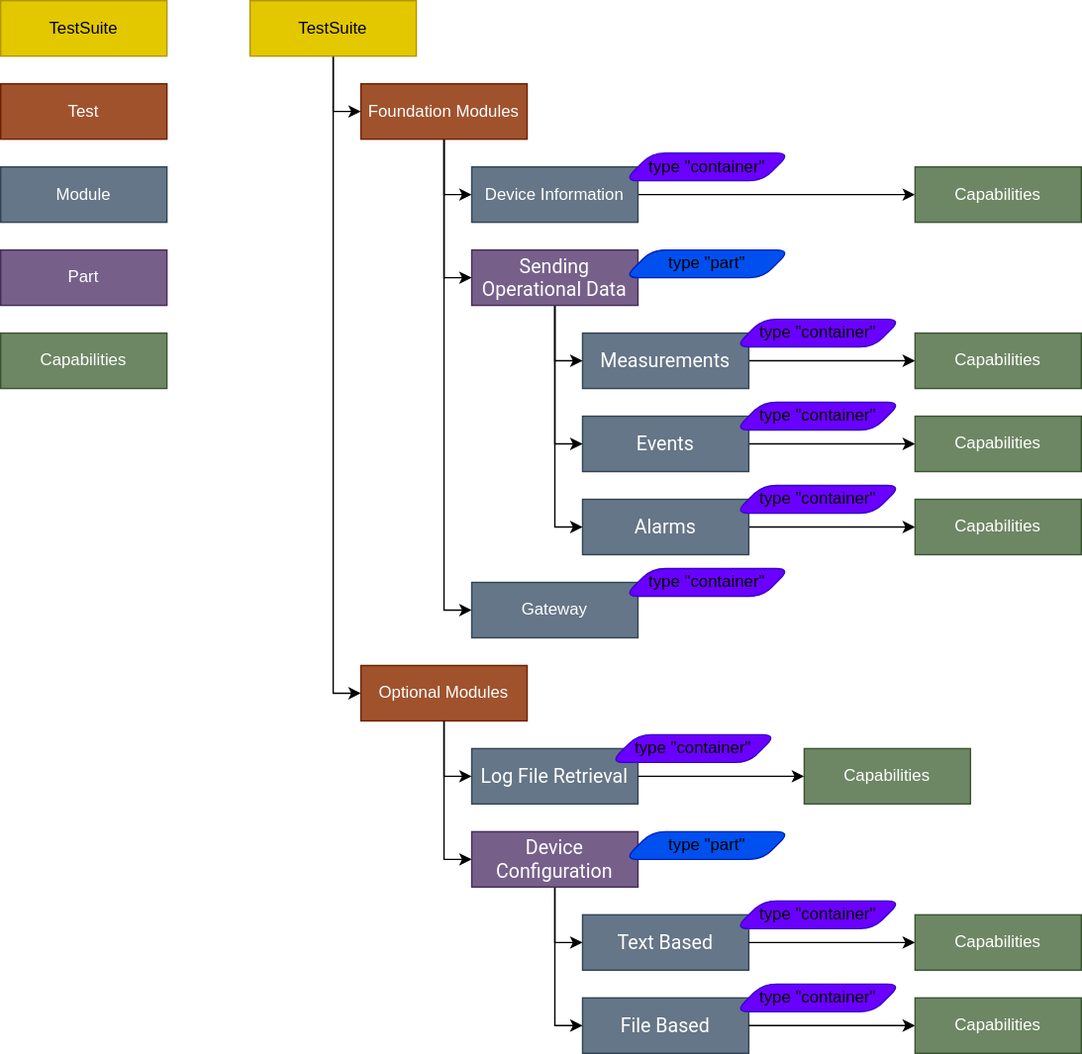
The draw.io diagram docs/media/model.drawio.svg in SoftwareAG/cumulocity-self-service-certification, before a commit. Source tidied: cells renumbered, new cells last; positions are measured from the earlier drawing's top-left corner, leaving out a move shared by most shapes.
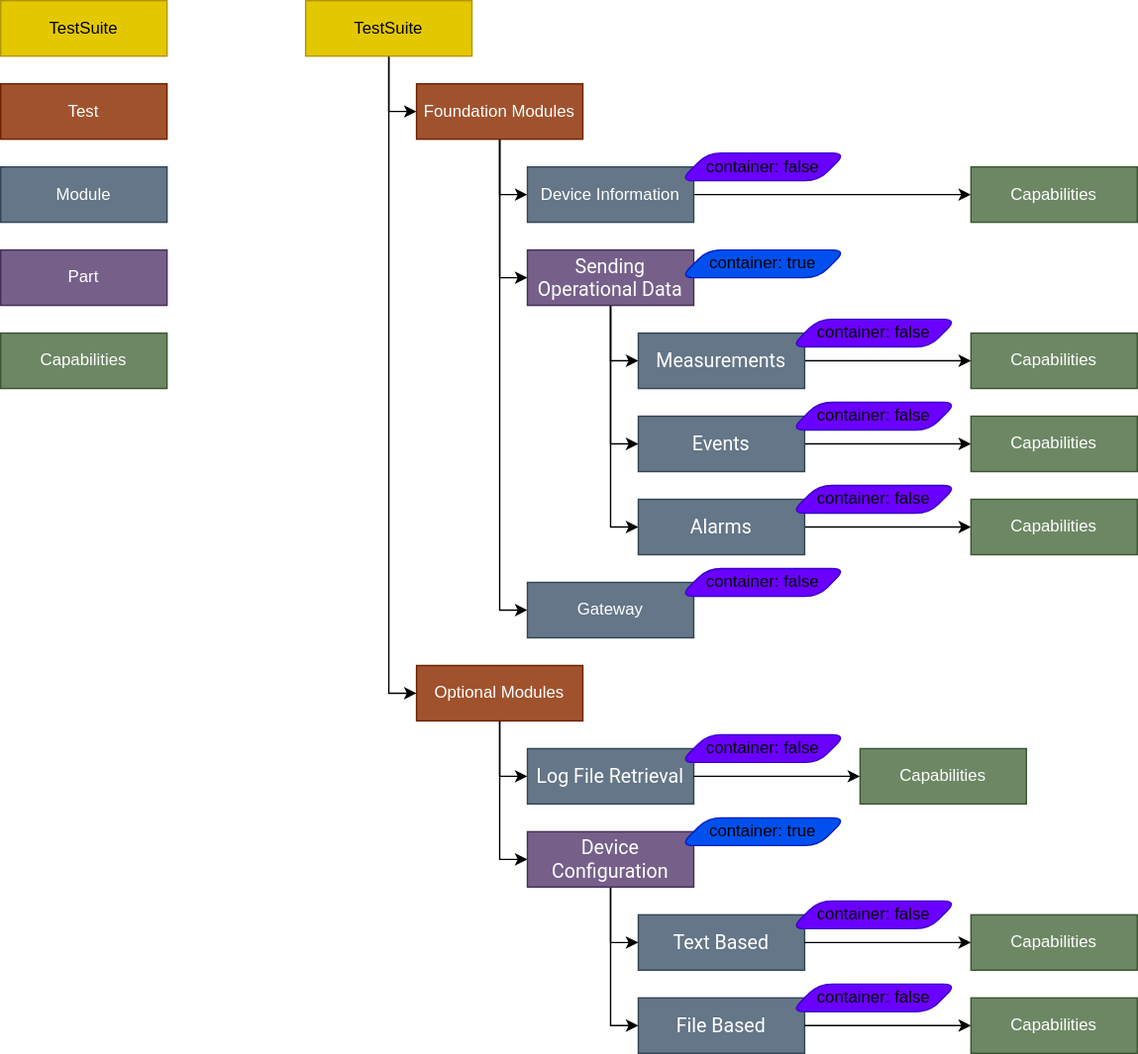
The same diagram one commit later.

Diff of the diagram source:
```diff
@@ -5,15 +5,15 @@
     <mxCell id="2" value="Test" style="rounded=0;whiteSpace=wrap;html=1;fillColor=#a0522d;strokeColor=#6D1F00;fontColor=#ffffff;" parent="1" vertex="1">
-      <mxGeometry y="60" width="120" height="40" as="geometry" />
+      <mxGeometry x="-40" y="60" width="120" height="40" as="geometry" />
     </mxCell>
     <mxCell id="3" value="Module" style="rounded=0;whiteSpace=wrap;html=1;fontColor=#ffffff;fillColor=#647687;strokeColor=#314354;" parent="1" vertex="1">
-      <mxGeometry y="120" width="120" height="40" as="geometry" />
+      <mxGeometry x="-40" y="120" width="120" height="40" as="geometry" />
     </mxCell>
     <mxCell id="4" value="Capabilities" style="rounded=0;whiteSpace=wrap;html=1;fillColor=#6d8764;strokeColor=#3A5431;fontColor=#ffffff;" parent="1" vertex="1">
-      <mxGeometry y="240" width="120" height="40" as="geometry" />
+      <mxGeometry x="-40" y="240" width="120" height="40" as="geometry" />
     </mxCell>
     <mxCell id="5" value="Part" style="rounded=0;whiteSpace=wrap;html=1;fillColor=#76608a;strokeColor=#432D57;fontColor=#ffffff;" parent="1" vertex="1">
-      <mxGeometry y="180" width="120" height="40" as="geometry" />
+      <mxGeometry x="-40" y="180" width="120" height="40" as="geometry" />
     </mxCell>
     <mxCell id="6" value="TestSuite" style="rounded=0;whiteSpace=wrap;html=1;fillColor=#e3c800;strokeColor=#B09500;fontColor=#000000;" parent="1" vertex="1">
-      <mxGeometry width="120" height="40" as="geometry" />
+      <mxGeometry x="-40" width="120" height="40" as="geometry" />
     </mxCell>
@@ -40,7 +40,7 @@
     </mxCell>
-    <mxCell id="14" style="edgeStyle=orthogonalEdgeStyle;rounded=0;jettySize=auto;html=1;entryX=0;entryY=0.5;entryDx=0;entryDy=0;fontColor=#000000;" parent="1" edge="1" target="20">
-      <mxGeometry relative="1" as="geometry">
-        <mxPoint x="320" y="490" as="sourcePoint" />
-      </mxGeometry>
-    </mxCell>
+    <mxCell id="56" style="edgeStyle=orthogonalEdgeStyle;rounded=0;jettySize=auto;html=1;entryX=0;entryY=0.5;entryDx=0;entryDy=0;fontColor=#000000;" parent="1" edge="1" target="20">
+      <mxGeometry relative="1" as="geometry">
+        <mxPoint x="320" y="490" as="sourcePoint" />
+      </mxGeometry>
+    </mxCell>
     <mxCell id="15" value="Optional Modules" style="rounded=0;whiteSpace=wrap;html=1;fontColor=#ffffff;fillColor=#a0522d;strokeColor=#6D1F00;" parent="1" vertex="1">
@@ -48,5 +48,5 @@
     </mxCell>
-    <mxCell id="16" style="edgeStyle=orthogonalEdgeStyle;rounded=0;jettySize=auto;html=1;fontColor=#000000;" parent="1" edge="1" source="17" target="27">
-      <mxGeometry relative="1" as="geometry" />
-    </mxCell>
+    <mxCell id="57" style="edgeStyle=orthogonalEdgeStyle;rounded=0;jettySize=auto;html=1;fontColor=#000000;" parent="1" edge="1" source="17" target="61">
+      <mxGeometry relative="1" as="geometry" />
+    </mxCell>
     <mxCell id="17" value="Device Information" style="rounded=0;whiteSpace=wrap;html=1;fontColor=#ffffff;fillColor=#647687;strokeColor=#314354;" parent="1" vertex="1">
@@ -54,5 +54,5 @@
     </mxCell>
-    <mxCell id="18" style="edgeStyle=orthogonalEdgeStyle;rounded=0;jettySize=auto;html=1;fontColor=#000000;" parent="1" edge="1" source="19" target="33">
-      <mxGeometry relative="1" as="geometry" />
-    </mxCell>
+    <mxCell id="58" style="edgeStyle=orthogonalEdgeStyle;rounded=0;jettySize=auto;html=1;fontColor=#000000;" parent="1" edge="1" source="19" target="62">
+      <mxGeometry relative="1" as="geometry" />
+    </mxCell>
     <mxCell id="19" value="&lt;span style=&quot;font-family: roboto, helvetica, arial, sans-serif; font-size: 14px; text-align: left;&quot;&gt;Measurements&lt;/span&gt;" style="rounded=0;whiteSpace=wrap;html=1;fontColor=#ffffff;fillColor=#647687;strokeColor=#314354;" parent="1" vertex="1">
@@ -69,5 +69,5 @@
     </mxCell>
-    <mxCell id="23" style="edgeStyle=orthogonalEdgeStyle;rounded=0;jettySize=auto;html=1;fontColor=#000000;" parent="1" edge="1" source="24" target="37">
-      <mxGeometry relative="1" as="geometry" />
-    </mxCell>
+    <mxCell id="59" style="edgeStyle=orthogonalEdgeStyle;rounded=0;jettySize=auto;html=1;fontColor=#000000;" parent="1" edge="1" source="24" target="63">
+      <mxGeometry relative="1" as="geometry" />
+    </mxCell>
     <mxCell id="24" value="&lt;span style=&quot;font-family: roboto, helvetica, arial, sans-serif; font-size: 14px; text-align: left;&quot;&gt;Events&lt;/span&gt;" style="rounded=0;whiteSpace=wrap;html=1;fontColor=#ffffff;fillColor=#647687;strokeColor=#314354;" parent="1" vertex="1">
@@ -75,5 +75,5 @@
     </mxCell>
-    <mxCell id="25" style="edgeStyle=orthogonalEdgeStyle;rounded=0;jettySize=auto;html=1;fontColor=#000000;" parent="1" edge="1" source="26" target="38">
-      <mxGeometry relative="1" as="geometry" />
-    </mxCell>
+    <mxCell id="60" style="edgeStyle=orthogonalEdgeStyle;rounded=0;jettySize=auto;html=1;fontColor=#000000;" parent="1" edge="1" source="26" target="64">
+      <mxGeometry relative="1" as="geometry" />
+    </mxCell>
     <mxCell id="26" value="&lt;span style=&quot;font-family: roboto, helvetica, arial, sans-serif; font-size: 14px; text-align: left;&quot;&gt;Alarms&lt;/span&gt;" style="rounded=0;whiteSpace=wrap;html=1;fontColor=#ffffff;fillColor=#647687;strokeColor=#314354;" parent="1" vertex="1">
@@ -81,5 +81,5 @@
     </mxCell>
-    <mxCell id="27" value="Capabilities" style="rounded=0;whiteSpace=wrap;html=1;fillColor=#6d8764;strokeColor=#3A5431;fontColor=#ffffff;" parent="1" vertex="1">
-      <mxGeometry x="660" y="120" width="120" height="40" as="geometry" />
-    </mxCell>
+    <mxCell id="61" value="Capabilities" style="rounded=0;whiteSpace=wrap;html=1;fillColor=#6d8764;strokeColor=#3A5431;fontColor=#ffffff;" parent="1" vertex="1">
+      <mxGeometry x="660" y="120" width="120" height="40" as="geometry" />
+    </mxCell>
     <mxCell id="28" style="edgeStyle=orthogonalEdgeStyle;rounded=0;jettySize=auto;html=1;entryX=0;entryY=0.5;entryDx=0;entryDy=0;fontColor=#000000;exitX=0.5;exitY=1;exitDx=0;exitDy=0;" parent="1" edge="1" source="15" target="36">
@@ -99,5 +99,5 @@
     </mxCell>
-    <mxCell id="33" value="Capabilities" style="rounded=0;whiteSpace=wrap;html=1;fillColor=#6d8764;strokeColor=#3A5431;fontColor=#ffffff;" parent="1" vertex="1">
-      <mxGeometry x="660" y="240" width="120" height="40" as="geometry" />
-    </mxCell>
+    <mxCell id="62" value="Capabilities" style="rounded=0;whiteSpace=wrap;html=1;fillColor=#6d8764;strokeColor=#3A5431;fontColor=#ffffff;" parent="1" vertex="1">
+      <mxGeometry x="660" y="240" width="120" height="40" as="geometry" />
+    </mxCell>
     <mxCell id="34" style="edgeStyle=orthogonalEdgeStyle;rounded=0;jettySize=auto;html=1;entryX=0;entryY=0.5;entryDx=0;entryDy=0;fontColor=#000000;" parent="1" edge="1" source="36" target="21">
@@ -111,8 +111,8 @@
     </mxCell>
-    <mxCell id="37" value="Capabilities" style="rounded=0;whiteSpace=wrap;html=1;fillColor=#6d8764;strokeColor=#3A5431;fontColor=#ffffff;" parent="1" vertex="1">
-      <mxGeometry x="660" y="300" width="120" height="40" as="geometry" />
-    </mxCell>
-    <mxCell id="38" value="Capabilities" style="rounded=0;whiteSpace=wrap;html=1;fillColor=#6d8764;strokeColor=#3A5431;fontColor=#ffffff;" parent="1" vertex="1">
-      <mxGeometry x="660" y="360" width="120" height="40" as="geometry" />
-    </mxCell>
+    <mxCell id="63" value="Capabilities" style="rounded=0;whiteSpace=wrap;html=1;fillColor=#6d8764;strokeColor=#3A5431;fontColor=#ffffff;" parent="1" vertex="1">
+      <mxGeometry x="660" y="300" width="120" height="40" as="geometry" />
+    </mxCell>
+    <mxCell id="64" value="Capabilities" style="rounded=0;whiteSpace=wrap;html=1;fillColor=#6d8764;strokeColor=#3A5431;fontColor=#ffffff;" parent="1" vertex="1">
+      <mxGeometry x="660" y="360" width="120" height="40" as="geometry" />
+    </mxCell>
     <mxCell id="39" value="Gateway" style="rounded=0;whiteSpace=wrap;html=1;fontColor=#ffffff;fillColor=#647687;strokeColor=#314354;" parent="1" vertex="1">
@@ -120,52 +120,52 @@
     </mxCell>
-    <mxCell id="40" value="&lt;span style=&quot;color: rgb(0 , 0 , 0) ; text-align: left&quot;&gt;type &quot;container&quot;&lt;/span&gt;" style="shape=parallelogram;perimeter=parallelogramPerimeter;whiteSpace=wrap;html=1;fixedSize=1;rounded=1;fillColor=#6a00ff;strokeColor=#3700CC;fontColor=#ffffff;" parent="1" vertex="1">
-      <mxGeometry x="450" y="110" width="120" height="20" as="geometry" />
-    </mxCell>
-    <mxCell id="41" value="&lt;span style=&quot;color: rgb(0 , 0 , 0) ; text-align: left&quot;&gt;type &quot;part&quot;&lt;/span&gt;" style="shape=parallelogram;perimeter=parallelogramPerimeter;whiteSpace=wrap;html=1;fixedSize=1;rounded=1;fillColor=#0050ef;strokeColor=#001DBC;fontColor=#ffffff;" parent="1" vertex="1">
-      <mxGeometry x="450" y="180" width="120" height="20" as="geometry" />
-    </mxCell>
-    <mxCell id="42" value="&lt;span style=&quot;color: rgb(0 , 0 , 0) ; text-align: left&quot;&gt;type &quot;container&quot;&lt;/span&gt;" style="shape=parallelogram;perimeter=parallelogramPerimeter;whiteSpace=wrap;html=1;fixedSize=1;rounded=1;fillColor=#6a00ff;strokeColor=#3700CC;fontColor=#ffffff;" parent="1" vertex="1">
-      <mxGeometry x="450" y="410" width="120" height="20" as="geometry" />
-    </mxCell>
-    <mxCell id="43" value="&lt;span style=&quot;color: rgb(0 , 0 , 0) ; text-align: left&quot;&gt;type &quot;container&quot;&lt;/span&gt;" style="shape=parallelogram;perimeter=parallelogramPerimeter;whiteSpace=wrap;html=1;fixedSize=1;rounded=1;fillColor=#6a00ff;strokeColor=#3700CC;fontColor=#ffffff;" parent="1" vertex="1">
-      <mxGeometry x="440" y="530" width="120" height="20" as="geometry" />
-    </mxCell>
-    <mxCell id="44" value="&lt;span style=&quot;color: rgb(0 , 0 , 0) ; text-align: left&quot;&gt;type &quot;part&quot;&lt;/span&gt;" style="shape=parallelogram;perimeter=parallelogramPerimeter;whiteSpace=wrap;html=1;fixedSize=1;rounded=1;fillColor=#0050ef;strokeColor=#001DBC;fontColor=#ffffff;" parent="1" vertex="1">
-      <mxGeometry x="450" y="600" width="120" height="20" as="geometry" />
-    </mxCell>
-    <mxCell id="45" style="edgeStyle=orthogonalEdgeStyle;rounded=0;jettySize=auto;html=1;fontColor=#000000;exitX=1;exitY=0.5;exitDx=0;exitDy=0;" parent="1" edge="1" source="21" target="46">
-      <mxGeometry relative="1" as="geometry" />
-    </mxCell>
-    <mxCell id="46" value="Capabilities" style="rounded=0;whiteSpace=wrap;html=1;fillColor=#6d8764;strokeColor=#3A5431;fontColor=#ffffff;" parent="1" vertex="1">
-      <mxGeometry x="660" y="660" width="120" height="40" as="geometry" />
-    </mxCell>
-    <mxCell id="47" style="edgeStyle=orthogonalEdgeStyle;rounded=0;jettySize=auto;html=1;fontColor=#000000;exitX=1;exitY=0.5;exitDx=0;exitDy=0;" parent="1" edge="1" source="22" target="48">
-      <mxGeometry relative="1" as="geometry" />
-    </mxCell>
-    <mxCell id="48" value="Capabilities" style="rounded=0;whiteSpace=wrap;html=1;fillColor=#6d8764;strokeColor=#3A5431;fontColor=#ffffff;" parent="1" vertex="1">
-      <mxGeometry x="660" y="720" width="120" height="40" as="geometry" />
-    </mxCell>
-    <mxCell id="49" style="edgeStyle=orthogonalEdgeStyle;rounded=0;jettySize=auto;html=1;fontColor=#000000;" parent="1" edge="1" target="50">
-      <mxGeometry relative="1" as="geometry">
-        <mxPoint x="460" y="560" as="sourcePoint" />
-      </mxGeometry>
-    </mxCell>
-    <mxCell id="50" value="Capabilities" style="rounded=0;whiteSpace=wrap;html=1;fillColor=#6d8764;strokeColor=#3A5431;fontColor=#ffffff;" parent="1" vertex="1">
-      <mxGeometry x="580" y="540" width="120" height="40" as="geometry" />
-    </mxCell>
-    <mxCell id="51" value="&lt;span style=&quot;color: rgb(0 , 0 , 0) ; text-align: left&quot;&gt;type &quot;container&quot;&lt;/span&gt;" style="shape=parallelogram;perimeter=parallelogramPerimeter;whiteSpace=wrap;html=1;fixedSize=1;rounded=1;fillColor=#6a00ff;strokeColor=#3700CC;fontColor=#ffffff;" parent="1" vertex="1">
-      <mxGeometry x="530" y="230" width="120" height="20" as="geometry" />
-    </mxCell>
-    <mxCell id="52" value="&lt;span style=&quot;color: rgb(0 , 0 , 0) ; text-align: left&quot;&gt;type &quot;container&quot;&lt;/span&gt;" style="shape=parallelogram;perimeter=parallelogramPerimeter;whiteSpace=wrap;html=1;fixedSize=1;rounded=1;fillColor=#6a00ff;strokeColor=#3700CC;fontColor=#ffffff;" parent="1" vertex="1">
-      <mxGeometry x="530" y="290" width="120" height="20" as="geometry" />
-    </mxCell>
-    <mxCell id="53" value="&lt;span style=&quot;color: rgb(0 , 0 , 0) ; text-align: left&quot;&gt;type &quot;container&quot;&lt;/span&gt;" style="shape=parallelogram;perimeter=parallelogramPerimeter;whiteSpace=wrap;html=1;fixedSize=1;rounded=1;fillColor=#6a00ff;strokeColor=#3700CC;fontColor=#ffffff;" parent="1" vertex="1">
-      <mxGeometry x="530" y="350" width="120" height="20" as="geometry" />
-    </mxCell>
-    <mxCell id="54" value="&lt;span style=&quot;color: rgb(0 , 0 , 0) ; text-align: left&quot;&gt;type &quot;container&quot;&lt;/span&gt;" style="shape=parallelogram;perimeter=parallelogramPerimeter;whiteSpace=wrap;html=1;fixedSize=1;rounded=1;fillColor=#6a00ff;strokeColor=#3700CC;fontColor=#ffffff;" parent="1" vertex="1">
-      <mxGeometry x="530" y="650" width="120" height="20" as="geometry" />
-    </mxCell>
-    <mxCell id="55" value="&lt;span style=&quot;color: rgb(0 , 0 , 0) ; text-align: left&quot;&gt;type &quot;container&quot;&lt;/span&gt;" style="shape=parallelogram;perimeter=parallelogramPerimeter;whiteSpace=wrap;html=1;fixedSize=1;rounded=1;fillColor=#6a00ff;strokeColor=#3700CC;fontColor=#ffffff;" parent="1" vertex="1">
-      <mxGeometry x="530" y="710" width="120" height="20" as="geometry" />
-    </mxCell>
+    <mxCell id="65" value="&lt;span style=&quot;color: rgb(0 , 0 , 0) ; text-align: left&quot;&gt;container: false&lt;/span&gt;" style="shape=parallelogram;perimeter=parallelogramPerimeter;whiteSpace=wrap;html=1;fixedSize=1;rounded=1;fillColor=#6a00ff;strokeColor=#3700CC;fontColor=#ffffff;" parent="1" vertex="1">
+      <mxGeometry x="450" y="110" width="120" height="20" as="geometry" />
+    </mxCell>
+    <mxCell id="66" value="&lt;span style=&quot;color: rgb(0 , 0 , 0) ; text-align: left&quot;&gt;container: true&lt;/span&gt;" style="shape=parallelogram;perimeter=parallelogramPerimeter;whiteSpace=wrap;html=1;fixedSize=1;rounded=1;fillColor=#0050ef;strokeColor=#001DBC;fontColor=#ffffff;" parent="1" vertex="1">
+      <mxGeometry x="450" y="180" width="120" height="20" as="geometry" />
+    </mxCell>
+    <mxCell id="67" value="&lt;span style=&quot;color: rgb(0 , 0 , 0) ; text-align: left&quot;&gt;container: false&lt;/span&gt;" style="shape=parallelogram;perimeter=parallelogramPerimeter;whiteSpace=wrap;html=1;fixedSize=1;rounded=1;fillColor=#6a00ff;strokeColor=#3700CC;fontColor=#ffffff;" parent="1" vertex="1">
+      <mxGeometry x="450" y="410" width="120" height="20" as="geometry" />
+    </mxCell>
+    <mxCell id="68" style="edgeStyle=orthogonalEdgeStyle;rounded=0;jettySize=auto;html=1;fontColor=#000000;exitX=1;exitY=0.5;exitDx=0;exitDy=0;" parent="1" edge="1" source="21" target="69">
+      <mxGeometry relative="1" as="geometry" />
+    </mxCell>
+    <mxCell id="69" value="Capabilities" style="rounded=0;whiteSpace=wrap;html=1;fillColor=#6d8764;strokeColor=#3A5431;fontColor=#ffffff;" parent="1" vertex="1">
+      <mxGeometry x="660" y="660" width="120" height="40" as="geometry" />
+    </mxCell>
+    <mxCell id="70" style="edgeStyle=orthogonalEdgeStyle;rounded=0;jettySize=auto;html=1;fontColor=#000000;exitX=1;exitY=0.5;exitDx=0;exitDy=0;" parent="1" edge="1" source="22" target="71">
+      <mxGeometry relative="1" as="geometry" />
+    </mxCell>
+    <mxCell id="71" value="Capabilities" style="rounded=0;whiteSpace=wrap;html=1;fillColor=#6d8764;strokeColor=#3A5431;fontColor=#ffffff;" parent="1" vertex="1">
+      <mxGeometry x="660" y="720" width="120" height="40" as="geometry" />
+    </mxCell>
+    <mxCell id="72" style="edgeStyle=orthogonalEdgeStyle;rounded=0;jettySize=auto;html=1;fontColor=#000000;" parent="1" edge="1" target="73">
+      <mxGeometry relative="1" as="geometry">
+        <mxPoint x="460" y="560" as="sourcePoint" />
+      </mxGeometry>
+    </mxCell>
+    <mxCell id="73" value="Capabilities" style="rounded=0;whiteSpace=wrap;html=1;fillColor=#6d8764;strokeColor=#3A5431;fontColor=#ffffff;" parent="1" vertex="1">
+      <mxGeometry x="580" y="540" width="120" height="40" as="geometry" />
+    </mxCell>
+    <mxCell id="74" value="&lt;span style=&quot;color: rgb(0 , 0 , 0) ; text-align: left&quot;&gt;container: false&lt;/span&gt;" style="shape=parallelogram;perimeter=parallelogramPerimeter;whiteSpace=wrap;html=1;fixedSize=1;rounded=1;fillColor=#6a00ff;strokeColor=#3700CC;fontColor=#ffffff;" parent="1" vertex="1">
+      <mxGeometry x="530" y="230" width="120" height="20" as="geometry" />
+    </mxCell>
+    <mxCell id="75" value="&lt;span style=&quot;color: rgb(0 , 0 , 0) ; text-align: left&quot;&gt;container: false&lt;/span&gt;" style="shape=parallelogram;perimeter=parallelogramPerimeter;whiteSpace=wrap;html=1;fixedSize=1;rounded=1;fillColor=#6a00ff;strokeColor=#3700CC;fontColor=#ffffff;" parent="1" vertex="1">
+      <mxGeometry x="530" y="290" width="120" height="20" as="geometry" />
+    </mxCell>
+    <mxCell id="76" value="&lt;span style=&quot;color: rgb(0 , 0 , 0) ; text-align: left&quot;&gt;container: false&lt;/span&gt;" style="shape=parallelogram;perimeter=parallelogramPerimeter;whiteSpace=wrap;html=1;fixedSize=1;rounded=1;fillColor=#6a00ff;strokeColor=#3700CC;fontColor=#ffffff;" parent="1" vertex="1">
+      <mxGeometry x="530" y="350" width="120" height="20" as="geometry" />
+    </mxCell>
+    <mxCell id="77" value="&lt;span style=&quot;color: rgb(0 , 0 , 0) ; text-align: left&quot;&gt;container: false&lt;/span&gt;" style="shape=parallelogram;perimeter=parallelogramPerimeter;whiteSpace=wrap;html=1;fixedSize=1;rounded=1;fillColor=#6a00ff;strokeColor=#3700CC;fontColor=#ffffff;" parent="1" vertex="1">
+      <mxGeometry x="450" y="530" width="120" height="20" as="geometry" />
+    </mxCell>
+    <mxCell id="78" value="&lt;span style=&quot;color: rgb(0 , 0 , 0) ; text-align: left&quot;&gt;container: false&lt;/span&gt;" style="shape=parallelogram;perimeter=parallelogramPerimeter;whiteSpace=wrap;html=1;fixedSize=1;rounded=1;fillColor=#6a00ff;strokeColor=#3700CC;fontColor=#ffffff;" parent="1" vertex="1">
+      <mxGeometry x="530" y="650" width="120" height="20" as="geometry" />
+    </mxCell>
+    <mxCell id="79" value="&lt;span style=&quot;color: rgb(0 , 0 , 0) ; text-align: left&quot;&gt;container: false&lt;/span&gt;" style="shape=parallelogram;perimeter=parallelogramPerimeter;whiteSpace=wrap;html=1;fixedSize=1;rounded=1;fillColor=#6a00ff;strokeColor=#3700CC;fontColor=#ffffff;" parent="1" vertex="1">
+      <mxGeometry x="530" y="710" width="120" height="20" as="geometry" />
+    </mxCell>
+    <mxCell id="80" value="&lt;span style=&quot;color: rgb(0 , 0 , 0) ; text-align: left&quot;&gt;container: true&lt;/span&gt;" style="shape=parallelogram;perimeter=parallelogramPerimeter;whiteSpace=wrap;html=1;fixedSize=1;rounded=1;fillColor=#0050ef;strokeColor=#001DBC;fontColor=#ffffff;" parent="1" vertex="1">
+      <mxGeometry x="450" y="590" width="120" height="20" as="geometry" />
+    </mxCell>
   </root>
```
